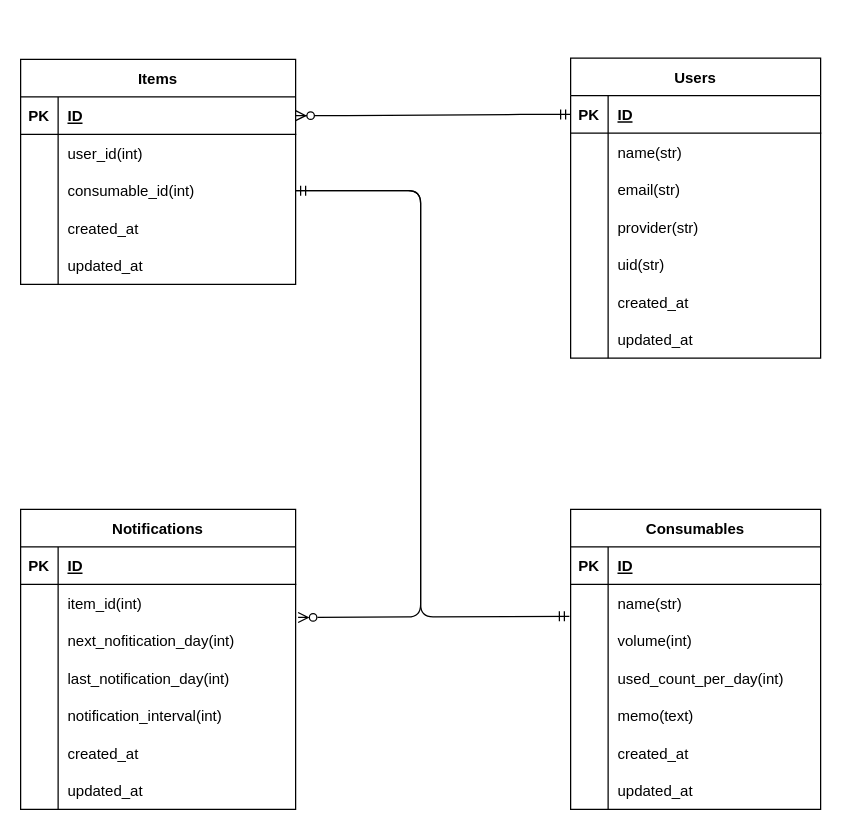
Earlier version of the draw.io diagram ER_diagram.dio (nakajima-takeshi/stockmate). Source tidied: cells renumbered, new cells numbered last; positions are measured from the earlier drawing's top-left corner, leaving out a move shared by most shapes. Both pictures are drawn from the tidied source at 125%, with x=0, y=0 at pixel (20, 58).
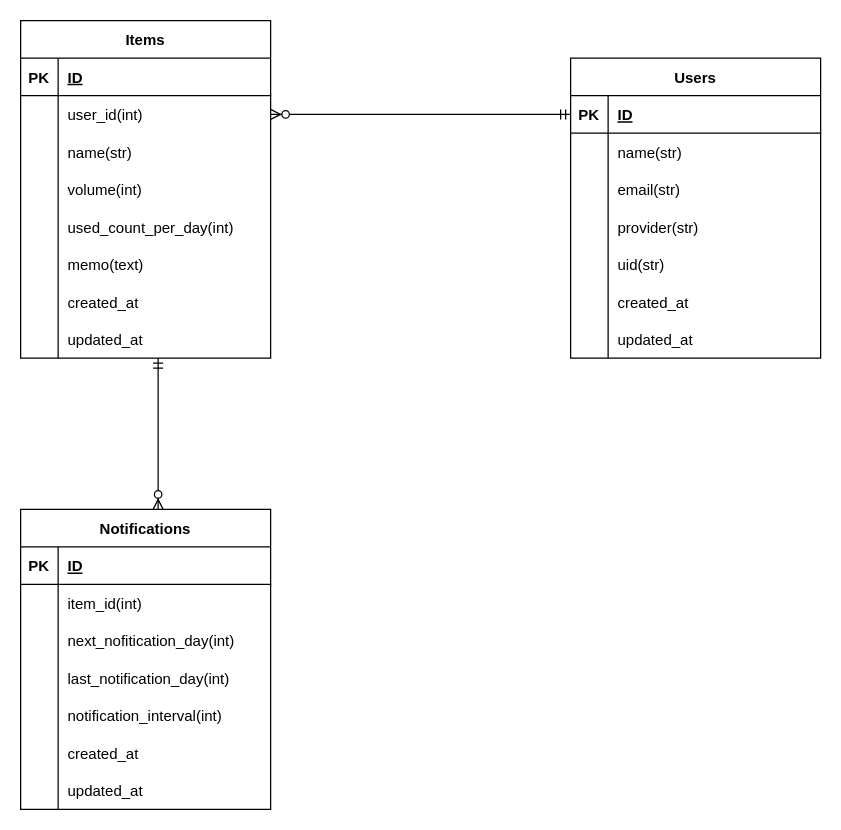
The same page after the edit.

Commit message (it also covers changes not shown here):
テーブル設計と説明文を修正しました。

The change refers to these unchanged cells:
```xml
<mxCell id="3" style="shape=tableRow;horizontal=0;startSize=0;swimlaneHead=0;swimlaneBody=0;fillColor=none;points=[[0,0.5],[1,0.5]];portConstraint=eastwest;top=0;left=0;right=0;bottom=1;" parent="2" vertex="1">
  <mxGeometry y="30" width="200" height="30" as="geometry" />
</mxCell>
```

The edit, as a diff of the source:
```diff
@@
-    <mxCell id="24" value="Consumables" style="shape=table;startSize=30;childLayout=tableLayout;rowLines=0;fontStyle=1;align=center;" parent="1" vertex="1">
-      <mxGeometry x="440" y="361" width="200" height="240" as="geometry" />
-    </mxCell>
-    <mxCell id="25" style="shape=tableRow;horizontal=0;startSize=0;swimlaneHead=0;swimlaneBody=0;fillColor=none;top=0;left=0;right=0;bottom=1;" parent="24" vertex="1">
-      <mxGeometry y="30" width="200" height="30" as="geometry" />
-    </mxCell>
-    <mxCell id="26" value="PK" style="shape=partialRectangle;fillColor=none;top=0;left=0;bottom=0;right=0;fontStyle=1;overflow=hidden;" parent="25" vertex="1">
-      <mxGeometry width="30" height="30" as="geometry" />
-    </mxCell>
-    <mxCell id="27" value="ID" style="shape=partialRectangle;fillColor=none;top=0;left=0;bottom=0;right=0;align=left;spacingLeft=6;fontStyle=5;overflow=hidden;" parent="25" vertex="1">
-      <mxGeometry x="30" width="170" height="30" as="geometry" />
-    </mxCell>
+    <mxCell id="46" value="Items" style="shape=table;startSize=30;childLayout=tableLayout;rowLines=0;fontStyle=1;align=center;" parent="1" vertex="1">
+      <mxGeometry y="-30" width="200" height="270" as="geometry" />
+    </mxCell>
+    <mxCell id="47" style="shape=tableRow;horizontal=0;startSize=0;swimlaneHead=0;swimlaneBody=0;fillColor=none;points=[[0,0.5],[1,0.5]];portConstraint=eastwest;top=0;left=0;right=0;bottom=1;" parent="46" vertex="1">
+      <mxGeometry y="30" width="200" height="30" as="geometry" />
+    </mxCell>
+    <mxCell id="48" value="PK" style="shape=partialRectangle;fillColor=none;top=0;left=0;bottom=0;right=0;fontStyle=1;overflow=hidden;" parent="47" vertex="1">
+      <mxGeometry width="30" height="30" as="geometry" />
+    </mxCell>
+    <mxCell id="49" value="ID" style="shape=partialRectangle;fillColor=none;top=0;left=0;bottom=0;right=0;align=left;spacingLeft=6;fontStyle=5;overflow=hidden;" parent="47" vertex="1">
+      <mxGeometry x="30" width="170" height="30" as="geometry" />
+    </mxCell>
+    <mxCell id="50" style="shape=tableRow;horizontal=0;startSize=0;swimlaneHead=0;swimlaneBody=0;fillColor=none;points=[[0,0.5],[1,0.5]];portConstraint=eastwest;top=0;left=0;right=0;bottom=0;" parent="46" vertex="1">
+      <mxGeometry y="60" width="200" height="30" as="geometry" />
+    </mxCell>
+    <mxCell id="51" style="shape=partialRectangle;fillColor=none;top=0;left=0;bottom=0;right=0;overflow=hidden;" parent="50" vertex="1">
+      <mxGeometry width="30" height="30" as="geometry" />
+    </mxCell>
+    <mxCell id="52" value="user_id(int)" style="shape=partialRectangle;fillColor=none;top=0;left=0;bottom=0;right=0;align=left;spacingLeft=6;overflow=hidden;" parent="50" vertex="1">
+      <mxGeometry x="30" width="170" height="30" as="geometry" />
+    </mxCell>
-    <mxCell id="28" style="shape=tableRow;horizontal=0;startSize=0;swimlaneHead=0;swimlaneBody=0;fillColor=none;top=0;left=0;right=0;bottom=0;" parent="24" vertex="1">
-      <mxGeometry y="60" width="200" height="30" as="geometry" />
+    <mxCell id="28" style="shape=tableRow;horizontal=0;startSize=0;swimlaneHead=0;swimlaneBody=0;fillColor=none;top=0;left=0;right=0;bottom=0;" parent="46" vertex="1">
+      <mxGeometry y="90" width="200" height="30" as="geometry" />
     </mxCell>
@@
-    <mxCell id="31" style="shape=tableRow;horizontal=0;startSize=0;swimlaneHead=0;swimlaneBody=0;fillColor=none;top=0;left=0;right=0;bottom=0;" parent="24" vertex="1">
-      <mxGeometry y="90" width="200" height="30" as="geometry" />
+    <mxCell id="31" style="shape=tableRow;horizontal=0;startSize=0;swimlaneHead=0;swimlaneBody=0;fillColor=none;top=0;left=0;right=0;bottom=0;" parent="46" vertex="1">
+      <mxGeometry y="120" width="200" height="30" as="geometry" />
     </mxCell>
@@
-    <mxCell id="34" style="shape=tableRow;horizontal=0;startSize=0;swimlaneHead=0;swimlaneBody=0;fillColor=none;top=0;left=0;right=0;bottom=0;" parent="24" vertex="1">
-      <mxGeometry y="120" width="200" height="30" as="geometry" />
+    <mxCell id="34" style="shape=tableRow;horizontal=0;startSize=0;swimlaneHead=0;swimlaneBody=0;fillColor=none;top=0;left=0;right=0;bottom=0;" parent="46" vertex="1">
+      <mxGeometry y="150" width="200" height="30" as="geometry" />
     </mxCell>
@@
-    <mxCell id="37" style="shape=tableRow;horizontal=0;startSize=0;swimlaneHead=0;swimlaneBody=0;fillColor=none;top=0;left=0;right=0;bottom=0;" parent="24" vertex="1">
-      <mxGeometry y="150" width="200" height="30" as="geometry" />
+    <mxCell id="37" style="shape=tableRow;horizontal=0;startSize=0;swimlaneHead=0;swimlaneBody=0;fillColor=none;top=0;left=0;right=0;bottom=0;" parent="46" vertex="1">
+      <mxGeometry y="180" width="200" height="30" as="geometry" />
     </mxCell>
@@
-    <mxCell id="40" style="shape=tableRow;horizontal=0;startSize=0;swimlaneHead=0;swimlaneBody=0;fillColor=none;top=0;left=0;right=0;bottom=0;" parent="24" vertex="1">
-      <mxGeometry y="180" width="200" height="30" as="geometry" />
-    </mxCell>
-    <mxCell id="41" style="shape=partialRectangle;fillColor=none;top=0;left=0;bottom=0;right=0;overflow=hidden;" parent="40" vertex="1">
-      <mxGeometry width="30" height="30" as="geometry" />
-    </mxCell>
-    <mxCell id="42" value="created_at" style="shape=partialRectangle;fillColor=none;top=0;left=0;bottom=0;right=0;align=left;spacingLeft=6;overflow=hidden;" parent="40" vertex="1">
-      <mxGeometry x="30" width="170" height="30" as="geometry" />
-    </mxCell>
-    <mxCell id="43" style="shape=tableRow;horizontal=0;startSize=0;swimlaneHead=0;swimlaneBody=0;fillColor=none;top=0;left=0;right=0;bottom=0;" parent="24" vertex="1">
-      <mxGeometry y="210" width="200" height="30" as="geometry" />
-    </mxCell>
-    <mxCell id="44" style="shape=partialRectangle;fillColor=none;top=0;left=0;bottom=0;right=0;overflow=hidden;" parent="43" vertex="1">
-      <mxGeometry width="30" height="30" as="geometry" />
-    </mxCell>
-    <mxCell id="45" value="updated_at" style="shape=partialRectangle;fillColor=none;top=0;left=0;bottom=0;right=0;align=left;spacingLeft=6;overflow=hidden;" parent="43" vertex="1">
-      <mxGeometry x="30" width="170" height="30" as="geometry" />
-    </mxCell>
-    <mxCell id="46" value="Items" style="shape=table;startSize=30;childLayout=tableLayout;rowLines=0;fontStyle=1;align=center;" parent="1" vertex="1">
-      <mxGeometry y="1" width="220" height="180" as="geometry" />
-    </mxCell>
-    <mxCell id="47" style="shape=tableRow;horizontal=0;startSize=0;swimlaneHead=0;swimlaneBody=0;fillColor=none;points=[[0,0.5],[1,0.5]];portConstraint=eastwest;top=0;left=0;right=0;bottom=1;" parent="46" vertex="1">
-      <mxGeometry y="30" width="220" height="30" as="geometry" />
-    </mxCell>
-    <mxCell id="48" value="PK" style="shape=partialRectangle;fillColor=none;top=0;left=0;bottom=0;right=0;fontStyle=1;overflow=hidden;" parent="47" vertex="1">
-      <mxGeometry width="30" height="30" as="geometry" />
-    </mxCell>
-    <mxCell id="49" value="ID" style="shape=partialRectangle;fillColor=none;top=0;left=0;bottom=0;right=0;align=left;spacingLeft=6;fontStyle=5;overflow=hidden;" parent="47" vertex="1">
-      <mxGeometry x="30" width="190" height="30" as="geometry" />
-    </mxCell>
-    <mxCell id="50" style="shape=tableRow;horizontal=0;startSize=0;swimlaneHead=0;swimlaneBody=0;fillColor=none;points=[[0,0.5],[1,0.5]];portConstraint=eastwest;top=0;left=0;right=0;bottom=0;" parent="46" vertex="1">
-      <mxGeometry y="60" width="220" height="30" as="geometry" />
-    </mxCell>
-    <mxCell id="51" style="shape=partialRectangle;fillColor=none;top=0;left=0;bottom=0;right=0;overflow=hidden;" parent="50" vertex="1">
-      <mxGeometry width="30" height="30" as="geometry" />
-    </mxCell>
-    <mxCell id="52" value="user_id(int)" style="shape=partialRectangle;fillColor=none;top=0;left=0;bottom=0;right=0;align=left;spacingLeft=6;overflow=hidden;" parent="50" vertex="1">
-      <mxGeometry x="30" width="190" height="30" as="geometry" />
-    </mxCell>
-    <mxCell id="53" style="shape=tableRow;horizontal=0;startSize=0;swimlaneHead=0;swimlaneBody=0;fillColor=none;points=[[0,0.5],[1,0.5]];portConstraint=eastwest;top=0;left=0;right=0;bottom=0;" parent="46" vertex="1">
-      <mxGeometry y="90" width="220" height="30" as="geometry" />
-    </mxCell>
-    <mxCell id="54" style="shape=partialRectangle;fillColor=none;top=0;left=0;bottom=0;right=0;overflow=hidden;" parent="53" vertex="1">
-      <mxGeometry width="30" height="30" as="geometry" />
-    </mxCell>
-    <mxCell id="55" value="consumable_id(int)" style="shape=partialRectangle;fillColor=none;top=0;left=0;bottom=0;right=0;align=left;spacingLeft=6;overflow=hidden;" parent="53" vertex="1">
-      <mxGeometry x="30" width="190" height="30" as="geometry" />
-    </mxCell>
     <mxCell id="56" style="shape=tableRow;horizontal=0;startSize=0;swimlaneHead=0;swimlaneBody=0;fillColor=none;top=0;left=0;right=0;bottom=0;" parent="46" vertex="1">
-      <mxGeometry y="120" width="220" height="30" as="geometry" />
+      <mxGeometry y="210" width="200" height="30" as="geometry" />
     </mxCell>
@@
     <mxCell id="58" value="created_at" style="shape=partialRectangle;fillColor=none;top=0;left=0;bottom=0;right=0;align=left;spacingLeft=6;overflow=hidden;" parent="56" vertex="1">
-      <mxGeometry x="30" width="190" height="30" as="geometry" />
+      <mxGeometry x="30" width="170" height="30" as="geometry" />
     </mxCell>
     <mxCell id="59" style="shape=tableRow;horizontal=0;startSize=0;swimlaneHead=0;swimlaneBody=0;fillColor=none;top=0;left=0;right=0;bottom=0;" parent="46" vertex="1">
-      <mxGeometry y="150" width="220" height="30" as="geometry" />
+      <mxGeometry y="240" width="200" height="30" as="geometry" />
     </mxCell>
@@
     <mxCell id="61" value="updated_at" style="shape=partialRectangle;fillColor=none;top=0;left=0;bottom=0;right=0;align=left;spacingLeft=6;overflow=hidden;" parent="59" vertex="1">
-      <mxGeometry x="30" width="190" height="30" as="geometry" />
+      <mxGeometry x="30" width="170" height="30" as="geometry" />
     </mxCell>
-    <mxCell id="62" style="edgeStyle=entityRelationEdgeStyle;fontSize=12;html=1;endArrow=ERzeroToMany;startArrow=ERmandOne;exitX=0;exitY=0.5;exitDx=0;exitDy=0;entryX=1;entryY=0.5;entryDx=0;entryDy=0;" parent="1" edge="1" source="3" target="47">
+    <mxCell id="62" style="edgeStyle=entityRelationEdgeStyle;fontSize=12;html=1;endArrow=ERzeroToMany;startArrow=ERmandOne;exitX=0;exitY=0.5;exitDx=0;exitDy=0;entryX=1;entryY=0.5;entryDx=0;entryDy=0;" parent="1" edge="1" source="3" target="50">
       <mxGeometry relative="1" as="geometry" />
     </mxCell>
     <mxCell id="63" value="Notifications" style="shape=table;startSize=30;childLayout=tableLayout;rowLines=0;fontStyle=1;align=center;" parent="1" vertex="1">
-      <mxGeometry y="361" width="220" height="240" as="geometry" />
+      <mxGeometry y="361" width="200" height="240" as="geometry" />
     </mxCell>
     <mxCell id="64" style="shape=tableRow;horizontal=0;startSize=0;swimlaneHead=0;swimlaneBody=0;fillColor=none;top=0;left=0;right=0;bottom=1;" parent="63" vertex="1">
-      <mxGeometry y="30" width="220" height="30" as="geometry" />
+      <mxGeometry y="30" width="200" height="30" as="geometry" />
     </mxCell>
@@
     <mxCell id="66" value="ID" style="shape=partialRectangle;fillColor=none;top=0;left=0;bottom=0;right=0;align=left;spacingLeft=6;fontStyle=5;overflow=hidden;" parent="64" vertex="1">
-      <mxGeometry x="30" width="190" height="30" as="geometry" />
+      <mxGeometry x="30" width="170" height="30" as="geometry" />
     </mxCell>
     <mxCell id="67" style="shape=tableRow;horizontal=0;startSize=0;swimlaneHead=0;swimlaneBody=0;fillColor=none;points=[[0,0.5],[1,0.5]];portConstraint=eastwest;top=0;left=0;right=0;bottom=0;" parent="63" vertex="1">
-      <mxGeometry y="60" width="220" height="30" as="geometry" />
+      <mxGeometry y="60" width="200" height="30" as="geometry" />
     </mxCell>
@@
     <mxCell id="69" value="item_id(int)" style="shape=partialRectangle;fillColor=none;top=0;left=0;bottom=0;right=0;align=left;spacingLeft=6;overflow=hidden;" parent="67" vertex="1">
-      <mxGeometry x="30" width="190" height="30" as="geometry" />
+      <mxGeometry x="30" width="170" height="30" as="geometry" />
     </mxCell>
     <mxCell id="70" style="shape=tableRow;horizontal=0;startSize=0;swimlaneHead=0;swimlaneBody=0;fillColor=none;top=0;left=0;right=0;bottom=0;" parent="63" vertex="1">
-      <mxGeometry y="90" width="220" height="30" as="geometry" />
+      <mxGeometry y="90" width="200" height="30" as="geometry" />
     </mxCell>
@@
     <mxCell id="72" value="next_nofitication_day(int)" style="shape=partialRectangle;fillColor=none;top=0;left=0;bottom=0;right=0;align=left;spacingLeft=6;overflow=hidden;" parent="70" vertex="1">
-      <mxGeometry x="30" width="190" height="30" as="geometry" />
+      <mxGeometry x="30" width="170" height="30" as="geometry" />
     </mxCell>
     <mxCell id="73" style="shape=tableRow;horizontal=0;startSize=0;swimlaneHead=0;swimlaneBody=0;fillColor=none;top=0;left=0;right=0;bottom=0;" parent="63" vertex="1">
-      <mxGeometry y="120" width="220" height="30" as="geometry" />
+      <mxGeometry y="120" width="200" height="30" as="geometry" />
     </mxCell>
@@
     <mxCell id="75" value="last_notification_day(int)" style="shape=partialRectangle;fillColor=none;top=0;left=0;bottom=0;right=0;align=left;spacingLeft=6;overflow=hidden;" parent="73" vertex="1">
-      <mxGeometry x="30" width="190" height="30" as="geometry" />
+      <mxGeometry x="30" width="170" height="30" as="geometry" />
     </mxCell>
     <mxCell id="76" style="shape=tableRow;horizontal=0;startSize=0;swimlaneHead=0;swimlaneBody=0;fillColor=none;top=0;left=0;right=0;bottom=0;" parent="63" vertex="1">
-      <mxGeometry y="150" width="220" height="30" as="geometry" />
+      <mxGeometry y="150" width="200" height="30" as="geometry" />
     </mxCell>
@@
     <mxCell id="78" value="notification_interval(int)" style="shape=partialRectangle;fillColor=none;top=0;left=0;bottom=0;right=0;align=left;spacingLeft=6;overflow=hidden;" parent="76" vertex="1">
-      <mxGeometry x="30" width="190" height="30" as="geometry" />
+      <mxGeometry x="30" width="170" height="30" as="geometry" />
     </mxCell>
     <mxCell id="79" style="shape=tableRow;horizontal=0;startSize=0;swimlaneHead=0;swimlaneBody=0;fillColor=none;top=0;left=0;right=0;bottom=0;" parent="63" vertex="1">
-      <mxGeometry y="180" width="220" height="30" as="geometry" />
+      <mxGeometry y="180" width="200" height="30" as="geometry" />
     </mxCell>
@@
     <mxCell id="81" value="created_at" style="shape=partialRectangle;fillColor=none;top=0;left=0;bottom=0;right=0;align=left;spacingLeft=6;overflow=hidden;" parent="79" vertex="1">
-      <mxGeometry x="30" width="190" height="30" as="geometry" />
+      <mxGeometry x="30" width="170" height="30" as="geometry" />
     </mxCell>
     <mxCell id="82" style="shape=tableRow;horizontal=0;startSize=0;swimlaneHead=0;swimlaneBody=0;fillColor=none;top=0;left=0;right=0;bottom=0;" parent="63" vertex="1">
-      <mxGeometry y="210" width="220" height="30" as="geometry" />
+      <mxGeometry y="210" width="200" height="30" as="geometry" />
     </mxCell>
@@
     <mxCell id="84" value="updated_at" style="shape=partialRectangle;fillColor=none;top=0;left=0;bottom=0;right=0;align=left;spacingLeft=6;overflow=hidden;" parent="82" vertex="1">
-      <mxGeometry x="30" width="190" height="30" as="geometry" />
+      <mxGeometry x="30" width="170" height="30" as="geometry" />
     </mxCell>
-    <mxCell id="85" style="edgeStyle=none;html=1;entryX=-0.005;entryY=0.75;entryDx=0;entryDy=0;endArrow=ERmandOne;endFill=0;entryPerimeter=0;exitX=1;exitY=0.5;exitDx=0;exitDy=0;" parent="1" edge="1" source="53">
-      <mxGeometry relative="1" as="geometry">
-        <mxPoint x="439" y="446.5" as="targetPoint" />
-        <Array as="points">
-          <mxPoint x="320" y="106" />
-          <mxPoint x="320" y="409" />
-          <mxPoint x="320" y="447" />
-        </Array>
-      </mxGeometry>
-    </mxCell>
-    <mxCell id="86" style="edgeStyle=none;html=1;entryX=1.009;entryY=0.883;entryDx=0;entryDy=0;entryPerimeter=0;endArrow=ERzeroToMany;endFill=0;startArrow=ERmandOne;startFill=0;" parent="1" edge="1" source="53" target="67">
+    <mxCell id="86" style="fontSize=12;html=1;endArrow=ERzeroToMany;startArrow=ERmandOne;" parent="1" edge="1">
       <mxGeometry relative="1" as="geometry">
-        <Array as="points">
-          <mxPoint x="320" y="106" />
-          <mxPoint x="320" y="291" />
-          <mxPoint x="320" y="447" />
-        </Array>
+        <mxPoint x="110" y="240" as="sourcePoint" />
+        <mxPoint x="110" y="361" as="targetPoint" />
       </mxGeometry>
     </mxCell>
```
